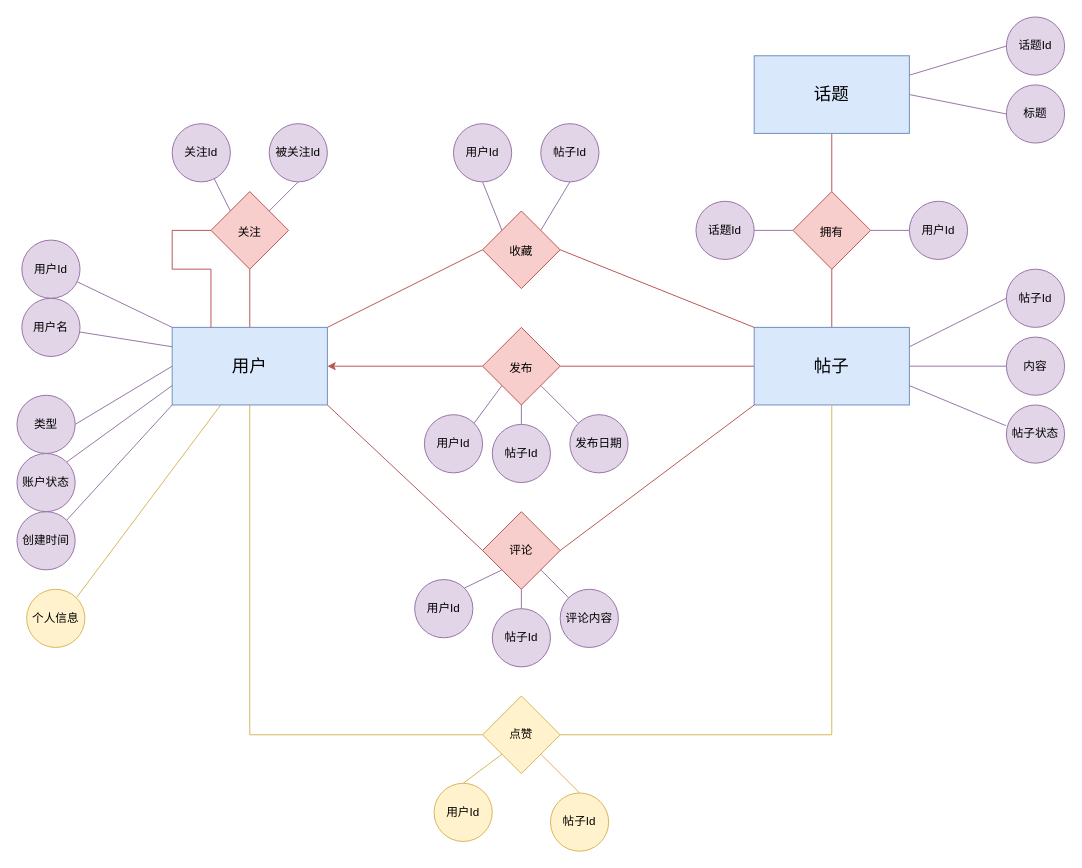
The draw.io diagram map/minihubER.drawio in msqtt/Sources, before the edit. Source tidied: cells renumbered, new cells numbered last; positions are measured from the earlier drawing's top-left corner, leaving out a move shared by most shapes. Both pictures are drawn from the tidied source at 97%, with x=0, y=0 at pixel (16, 16).
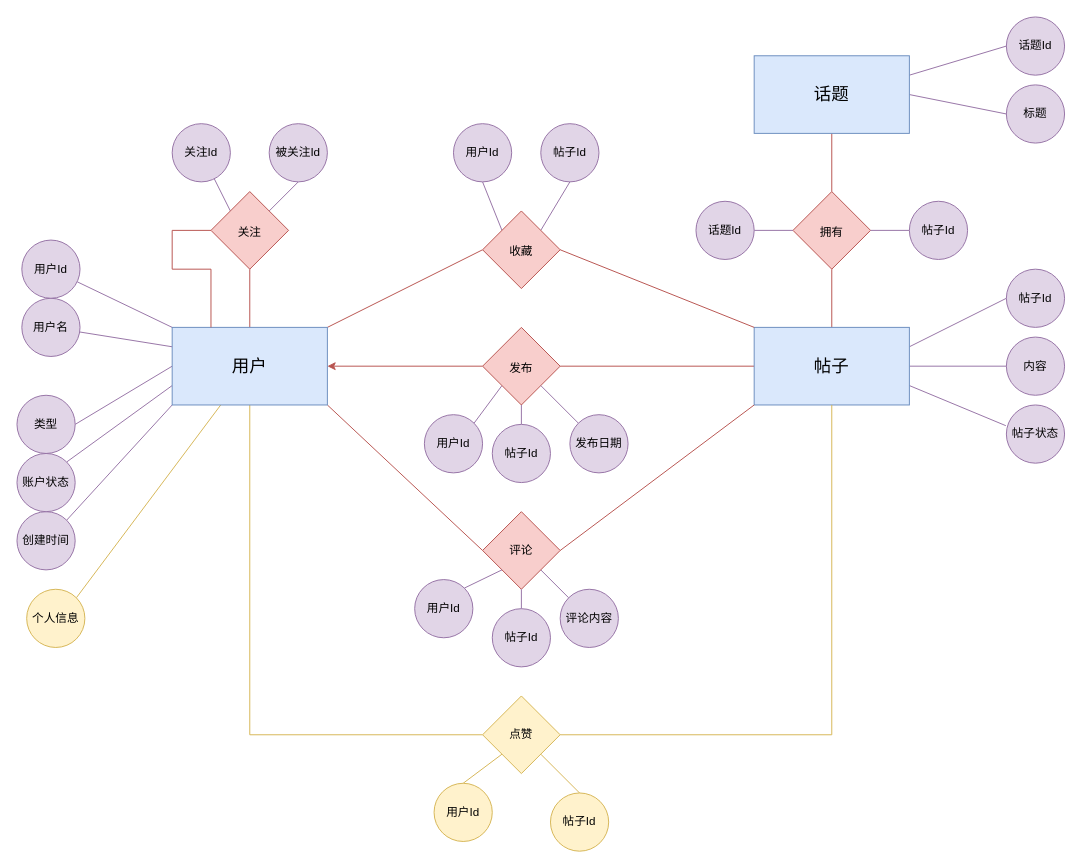
Above is the later version.

What changed in the source:
```diff
@@
-    <mxCell id="72" value="&lt;div&gt;用户Id&lt;/div&gt;" style="ellipse;whiteSpace=wrap;html=1;fillColor=#e1d5e7;strokeColor=#9673a6;rounded=0;" parent="1" vertex="1">
+    <mxCell id="72" value="&lt;div&gt;帖子Id&lt;/div&gt;" style="ellipse;whiteSpace=wrap;html=1;fillColor=#e1d5e7;strokeColor=#9673a6;rounded=0;" parent="1" vertex="1">
       <mxGeometry x="920" y="190" width="60" height="60" as="geometry" />
     </mxCell>
```
